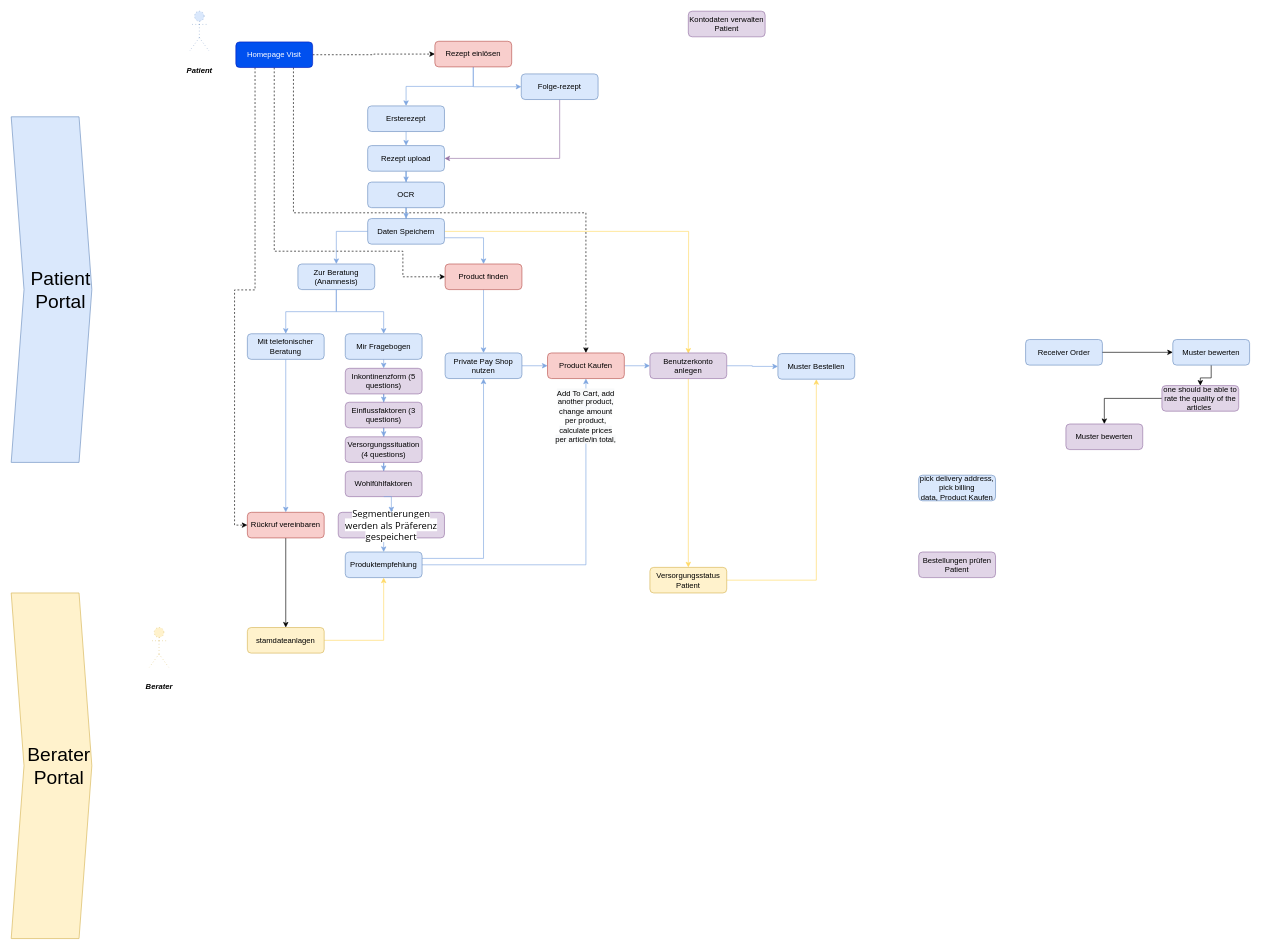
Before: Untitled Diagram.drawio in Fredabb/MediMark-roadmap, a draw.io diagram. Source tidied: cells renumbered, new cells numbered last; positions are measured from the earlier drawing's top-left corner, leaving out a move shared by most shapes. Both pictures are drawn from the tidied source at 64%, with x=0, y=0 at pixel (11, 11).
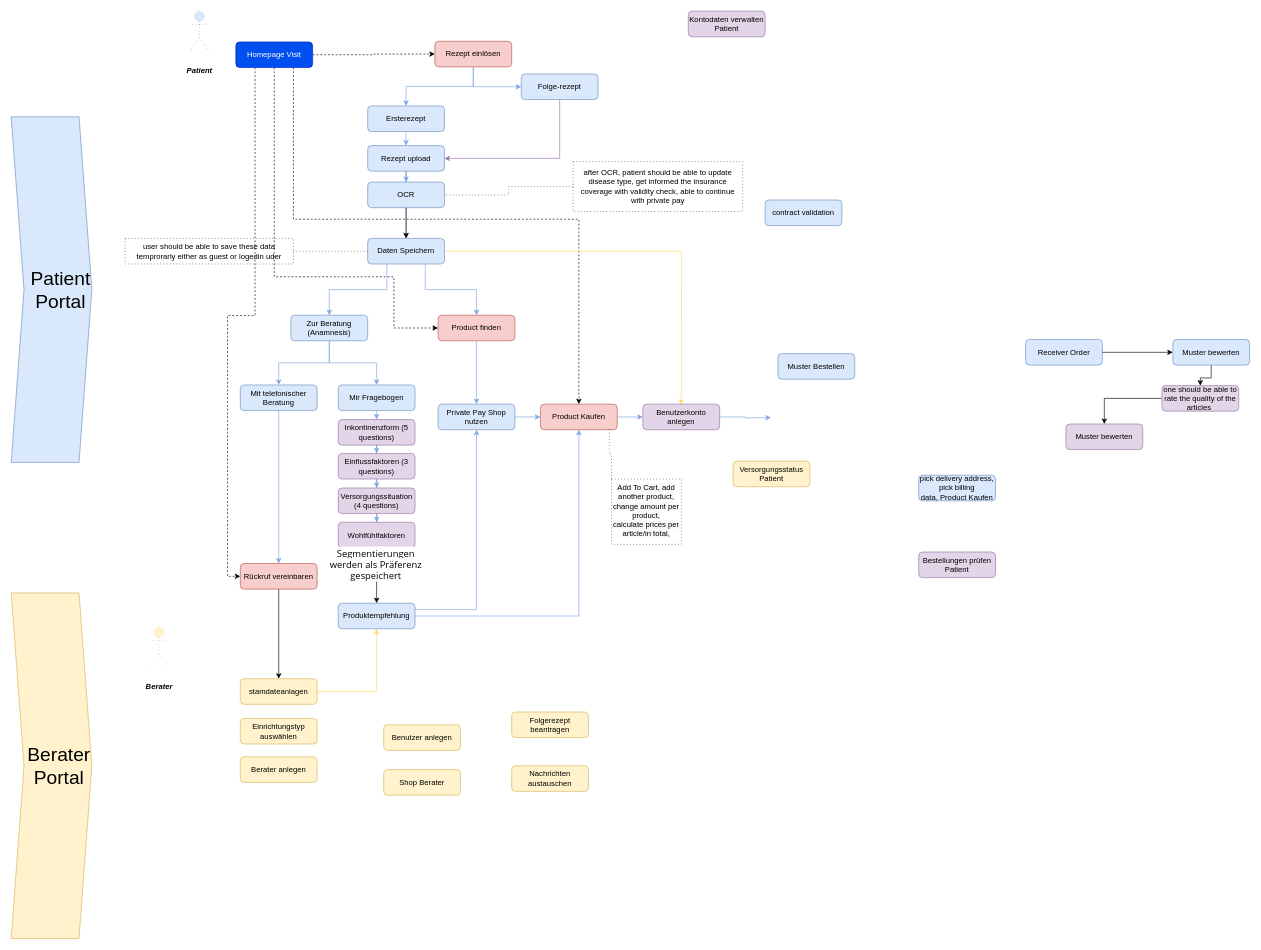
After the change.

The change refers to these unchanged cells:
```xml
<mxCell id="6" value="Homepage Visit" style="rounded=1;whiteSpace=wrap;html=1;fontSize=12;glass=0;strokeWidth=1;shadow=0;fillColor=#0050ef;strokeColor=#001DBC;fontColor=#ffffff;" parent="1" vertex="1">
  <mxGeometry x="351" y="48" width="120" height="40" as="geometry" />
</mxCell>
<mxCell id="29" value="OCR" style="rounded=1;whiteSpace=wrap;html=1;fontSize=12;glass=0;strokeWidth=1;shadow=0;fillColor=#dae8fc;strokeColor=#6c8ebf;" parent="1" vertex="1">
  <mxGeometry x="557" y="267" width="120" height="40" as="geometry" />
</mxCell>
<mxCell id="69" value="Muster Bestellen" style="rounded=1;whiteSpace=wrap;html=1;fontSize=12;glass=0;strokeWidth=1;shadow=0;fillColor=#dae8fc;strokeColor=#6c8ebf;" parent="1" vertex="1">
  <mxGeometry x="1198" y="535" width="120" height="40" as="geometry" />
</mxCell>
```

Diff of the diagram source:
```diff
@@
     <mxCell id="3" style="edgeStyle=orthogonalEdgeStyle;rounded=0;jettySize=auto;html=1;exitX=0.5;exitY=1;exitDx=0;exitDy=0;entryX=0;entryY=0.5;entryDx=0;entryDy=0;dashed=1;" parent="1" edge="1" source="6" target="39">
       <mxGeometry relative="1" as="geometry">
         <Array as="points">
-          <mxPoint x="411" y="375" />
-          <mxPoint x="612" y="375" />
-          <mxPoint x="612" y="415" />
+          <mxPoint x="411" y="415" />
+          <mxPoint x="598" y="415" />
+          <mxPoint x="598" y="495" />
         </Array>
       </mxGeometry>
     </mxCell>
@@
-    <mxCell id="5" style="edgeStyle=orthogonalEdgeStyle;rounded=0;jettySize=auto;html=1;exitX=0.75;exitY=1;exitDx=0;exitDy=0;entryX=0.5;entryY=0;entryDx=0;entryDy=0;dashed=1;" parent="1" edge="1" source="6" target="58">
+    <mxCell id="5" style="edgeStyle=orthogonalEdgeStyle;rounded=0;jettySize=auto;html=1;exitX=0.75;exitY=1;exitDx=0;exitDy=0;dashed=1;entryX=0.5;entryY=0;entryDx=0;entryDy=0;" parent="1" edge="1" source="6" target="58">
       <mxGeometry relative="1" as="geometry">
         <Array as="points">
-          <mxPoint x="441" y="315" />
-          <mxPoint x="898" y="315" />
+          <mxPoint x="441" y="325" />
+          <mxPoint x="887" y="325" />
         </Array>
       </mxGeometry>
     </mxCell>
@@
     <mxCell id="13" value="Mir Fragebogen" style="rounded=1;whiteSpace=wrap;html=1;fontSize=12;glass=0;strokeWidth=1;shadow=0;fillColor=#dae8fc;strokeColor=#6c8ebf;" parent="1" vertex="1">
-      <mxGeometry x="522" y="504" width="120" height="40" as="geometry" />
+      <mxGeometry x="511" y="584" width="120" height="40" as="geometry" />
     </mxCell>
@@
     <mxCell id="15" value="Inkontinenzform (5 questions)" style="rounded=1;whiteSpace=wrap;html=1;fontSize=12;glass=0;strokeWidth=1;shadow=0;fillColor=#e1d5e7;strokeColor=#9673a6;" parent="1" vertex="1">
-      <mxGeometry x="522" y="558" width="120" height="40" as="geometry" />
+      <mxGeometry x="511" y="638" width="120" height="40" as="geometry" />
     </mxCell>
@@
     <mxCell id="17" value="Einflussfaktoren (3 questions)" style="rounded=1;whiteSpace=wrap;html=1;fontSize=12;glass=0;strokeWidth=1;shadow=0;fillColor=#e1d5e7;strokeColor=#9673a6;" parent="1" vertex="1">
-      <mxGeometry x="522" y="611" width="120" height="40" as="geometry" />
+      <mxGeometry x="511" y="691" width="120" height="40" as="geometry" />
     </mxCell>
@@
     <mxCell id="19" value="Versorgungssituation (4 questions)" style="rounded=1;whiteSpace=wrap;html=1;fontSize=12;glass=0;strokeWidth=1;shadow=0;fillColor=#e1d5e7;strokeColor=#9673a6;" parent="1" vertex="1">
-      <mxGeometry x="522" y="665" width="120" height="40" as="geometry" />
+      <mxGeometry x="511" y="745" width="120" height="40" as="geometry" />
     </mxCell>
-    <mxCell id="20" style="edgeStyle=orthogonalEdgeStyle;rounded=0;jettySize=auto;html=1;exitX=0.5;exitY=1;exitDx=0;exitDy=0;entryX=0.5;entryY=0;entryDx=0;entryDy=0;strokeColor=#7EA6E0;" parent="1" edge="1" source="62" target="24">
-      <mxGeometry relative="1" as="geometry" />
-    </mxCell>
+    <mxCell id="73" style="edgeStyle=orthogonalEdgeStyle;rounded=0;jettySize=auto;html=1;exitX=0.5;exitY=1;exitDx=0;exitDy=0;entryX=0.5;entryY=0;entryDx=0;entryDy=0;strokeColor=#000000;" parent="1" edge="1" source="21" target="24">
+      <mxGeometry relative="1" as="geometry" />
+    </mxCell>
     <mxCell id="21" value="Wohlfühlfaktoren" style="rounded=1;whiteSpace=wrap;html=1;fontSize=12;glass=0;strokeWidth=1;shadow=0;fillColor=#e1d5e7;strokeColor=#9673a6;" parent="1" vertex="1">
-      <mxGeometry x="522" y="718.5" width="120" height="40" as="geometry" />
+      <mxGeometry x="511" y="798.5" width="120" height="40" as="geometry" />
     </mxCell>
@@
     <mxCell id="24" value="Produktempfehlung" style="rounded=1;whiteSpace=wrap;html=1;fontSize=12;glass=0;strokeWidth=1;shadow=0;fillColor=#dae8fc;strokeColor=#6c8ebf;" parent="1" vertex="1">
-      <mxGeometry x="522" y="845" width="120" height="40" as="geometry" />
+      <mxGeometry x="511" y="925" width="120" height="40" as="geometry" />
     </mxCell>
@@
+    <mxCell id="74" style="edgeStyle=orthogonalEdgeStyle;rounded=0;jettySize=auto;html=1;strokeColor=#000000;" parent="1" edge="1" source="29" target="33">
+      <mxGeometry relative="1" as="geometry" />
+    </mxCell>
@@
+    <mxCell id="31" style="edgeStyle=orthogonalEdgeStyle;rounded=0;jettySize=auto;html=1;exitX=1;exitY=0.5;exitDx=0;exitDy=0;strokeColor=#FFD966;" parent="1" edge="1" source="33">
+      <mxGeometry relative="1" as="geometry">
+        <mxPoint x="1047" y="615" as="targetPoint" />
+      </mxGeometry>
+    </mxCell>
-    <mxCell id="30" style="edgeStyle=orthogonalEdgeStyle;rounded=0;jettySize=auto;html=1;exitX=0;exitY=0.5;exitDx=0;exitDy=0;entryX=0.5;entryY=0;entryDx=0;entryDy=0;strokeColor=#7EA6E0;" parent="1" edge="1" source="33" target="37">
+    <mxCell id="30" style="edgeStyle=orthogonalEdgeStyle;rounded=0;jettySize=auto;html=1;exitX=0.25;exitY=1;exitDx=0;exitDy=0;entryX=0.5;entryY=0;entryDx=0;entryDy=0;strokeColor=#7EA6E0;" parent="1" edge="1" source="33" target="37">
       <mxGeometry relative="1" as="geometry" />
     </mxCell>
-    <mxCell id="31" style="edgeStyle=orthogonalEdgeStyle;rounded=0;jettySize=auto;html=1;exitX=1;exitY=0.5;exitDx=0;exitDy=0;strokeColor=#FFD966;" parent="1" edge="1" source="33">
-      <mxGeometry relative="1" as="geometry">
-        <mxPoint x="1058" y="535" as="targetPoint" />
-      </mxGeometry>
-    </mxCell>
-    <mxCell id="32" style="edgeStyle=orthogonalEdgeStyle;rounded=0;jettySize=auto;html=1;exitX=1;exitY=0.75;exitDx=0;exitDy=0;entryX=0.5;entryY=0;entryDx=0;entryDy=0;strokeColor=#7EA6E0;" parent="1" edge="1" source="33" target="39">
+    <mxCell id="32" style="edgeStyle=orthogonalEdgeStyle;rounded=0;jettySize=auto;html=1;exitX=0.75;exitY=1;exitDx=0;exitDy=0;entryX=0.5;entryY=0;entryDx=0;entryDy=0;strokeColor=#7EA6E0;" parent="1" edge="1" source="33" target="39">
       <mxGeometry relative="1" as="geometry" />
     </mxCell>
     <mxCell id="33" value="Daten Speichern" style="rounded=1;whiteSpace=wrap;html=1;fontSize=12;glass=0;strokeWidth=1;shadow=0;fillColor=#dae8fc;strokeColor=#6c8ebf;" parent="1" vertex="1">
-      <mxGeometry x="557" y="324" width="120" height="40" as="geometry" />
+      <mxGeometry x="557" y="355" width="120" height="40" as="geometry" />
     </mxCell>
@@
     <mxCell id="37" value="Zur Beratung (Anamnesis)" style="rounded=1;whiteSpace=wrap;html=1;fontSize=12;glass=0;strokeWidth=1;shadow=0;fillColor=#dae8fc;strokeColor=#6c8ebf;" parent="1" vertex="1">
-      <mxGeometry x="448" y="395" width="120" height="40" as="geometry" />
+      <mxGeometry x="437" y="475" width="120" height="40" as="geometry" />
     </mxCell>
@@
     <mxCell id="39" value="Product finden" style="rounded=1;whiteSpace=wrap;html=1;fontSize=12;glass=0;strokeWidth=1;shadow=0;fillColor=#f8cecc;strokeColor=#b85450;" parent="1" vertex="1">
-      <mxGeometry x="678" y="395" width="120" height="40" as="geometry" />
+      <mxGeometry x="667" y="475" width="120" height="40" as="geometry" />
     </mxCell>
@@
     <mxCell id="41" value="stamdateanlagen" style="rounded=1;whiteSpace=wrap;html=1;fontSize=12;glass=0;strokeWidth=1;shadow=0;fillColor=#fff2cc;strokeColor=#d6b656;" parent="1" vertex="1">
-      <mxGeometry x="369" y="963" width="120" height="40" as="geometry" />
+      <mxGeometry x="358" y="1043" width="120" height="40" as="geometry" />
     </mxCell>
@@
     <mxCell id="47" value="Mit telefonischer Beratung" style="rounded=1;whiteSpace=wrap;html=1;fillColor=#dae8fc;strokeColor=#6c8ebf;" parent="1" vertex="1">
-      <mxGeometry x="369" y="504" width="120" height="40" as="geometry" />
+      <mxGeometry x="358" y="584" width="120" height="40" as="geometry" />
     </mxCell>
@@
     <mxCell id="51" value="Rückruf vereinbaren" style="rounded=1;whiteSpace=wrap;html=1;fillColor=#f8cecc;strokeColor=#b85450;" parent="1" vertex="1">
-      <mxGeometry x="369" y="783" width="120" height="40" as="geometry" />
+      <mxGeometry x="358" y="863" width="120" height="40" as="geometry" />
     </mxCell>
@@
-    <mxCell id="54" style="edgeStyle=orthogonalEdgeStyle;rounded=0;jettySize=auto;html=1;exitX=0.5;exitY=1;exitDx=0;exitDy=0;entryX=0.5;entryY=0;entryDx=0;entryDy=0;strokeColor=#FFD966;" parent="1" edge="1" source="56" target="66">
-      <mxGeometry relative="1" as="geometry" />
-    </mxCell>
-    <mxCell id="55" style="edgeStyle=orthogonalEdgeStyle;rounded=0;jettySize=auto;html=1;exitX=1;exitY=0.5;exitDx=0;exitDy=0;entryX=0;entryY=0.5;entryDx=0;entryDy=0;strokeColor=#7EA6E0;" parent="1" edge="1" source="56" target="69">
-      <mxGeometry relative="1" as="geometry" />
+    <mxCell id="55" style="edgeStyle=orthogonalEdgeStyle;rounded=0;jettySize=auto;html=1;exitX=1;exitY=0.5;exitDx=0;exitDy=0;entryX=0;entryY=0.5;entryDx=0;entryDy=0;strokeColor=#7EA6E0;" parent="1" edge="1" source="56">
+      <mxGeometry relative="1" as="geometry">
+        <mxPoint x="1187" y="635" as="targetPoint" />
+      </mxGeometry>
     </mxCell>
     <mxCell id="56" value="Benutzerkonto anlegen" style="rounded=1;whiteSpace=wrap;html=1;fontSize=12;glass=0;strokeWidth=1;shadow=0;fillColor=#e1d5e7;strokeColor=#9673a6;" parent="1" vertex="1">
-      <mxGeometry x="998" y="534" width="120" height="40" as="geometry" />
+      <mxGeometry x="987" y="614" width="120" height="40" as="geometry" />
     </mxCell>
@@
     <mxCell id="58" value="Product Kaufen" style="rounded=1;whiteSpace=wrap;html=1;fontSize=12;glass=0;strokeWidth=1;shadow=0;fillColor=#f8cecc;strokeColor=#b85450;" parent="1" vertex="1">
-      <mxGeometry x="838" y="534" width="120" height="40" as="geometry" />
+      <mxGeometry x="827" y="614" width="120" height="40" as="geometry" />
     </mxCell>
@@
-    <mxCell id="62" value="&lt;span style=&quot;font-family: &amp;#34;calibri&amp;#34; , &amp;#34;segoe ui&amp;#34; , &amp;#34;calibri&amp;#34; , &amp;#34;thonburi&amp;#34; , &amp;#34;arial&amp;#34; , &amp;#34;verdana&amp;#34; , sans-serif , &amp;#34;mongolian baiti&amp;#34; , &amp;#34;microsoft yi baiti&amp;#34; , &amp;#34;javanese text&amp;#34; ; font-size: 14.6667px ; background-color: rgb(255 , 255 , 255)&quot;&gt;Segmentierungen werden als Präferenz gespeichert&lt;/span&gt;" style="rounded=1;whiteSpace=wrap;html=1;fontSize=12;glass=0;strokeWidth=1;shadow=0;fillColor=#e1d5e7;strokeColor=#9673a6;" parent="1" vertex="1">
-      <mxGeometry x="511" y="783" width="166" height="40" as="geometry" />
+    <mxCell id="62" value="&lt;span style=&quot;font-family: &amp;#34;calibri&amp;#34; , &amp;#34;segoe ui&amp;#34; , &amp;#34;calibri&amp;#34; , &amp;#34;thonburi&amp;#34; , &amp;#34;arial&amp;#34; , &amp;#34;verdana&amp;#34; , sans-serif , &amp;#34;mongolian baiti&amp;#34; , &amp;#34;microsoft yi baiti&amp;#34; , &amp;#34;javanese text&amp;#34; ; font-size: 14.6667px ; background-color: rgb(255 , 255 , 255)&quot;&gt;Segmentierungen werden als Präferenz gespeichert&lt;/span&gt;" style="rounded=1;whiteSpace=wrap;html=1;fontSize=12;glass=0;strokeWidth=1;shadow=0;fillColor=none;strokeColor=none;" parent="1" vertex="1">
+      <mxGeometry x="487" y="845" width="166" height="40" as="geometry" />
     </mxCell>
-    <mxCell id="63" style="edgeStyle=orthogonalEdgeStyle;rounded=0;jettySize=auto;html=1;exitX=0.5;exitY=1;exitDx=0;exitDy=0;entryX=0.5;entryY=0;entryDx=0;entryDy=0;strokeColor=#7EA6E0;" parent="1" edge="1" source="21" target="62">
-      <mxGeometry relative="1" as="geometry" />
-    </mxCell>
@@
-    <mxCell id="65" style="edgeStyle=orthogonalEdgeStyle;rounded=0;jettySize=auto;html=1;exitX=1;exitY=0.5;exitDx=0;exitDy=0;entryX=0.5;entryY=1;entryDx=0;entryDy=0;strokeColor=#FFD966;" parent="1" edge="1" source="66" target="69">
-      <mxGeometry relative="1" as="geometry" />
-    </mxCell>
     <mxCell id="66" value="Versorgungsstatus Patient" style="rounded=1;whiteSpace=wrap;html=1;fontSize=12;glass=0;strokeWidth=1;shadow=0;fillColor=#fff2cc;strokeColor=#d6b656;" parent="1" vertex="1">
-      <mxGeometry x="998" y="869" width="120" height="40" as="geometry" />
+      <mxGeometry x="1128" y="703" width="120" height="40" as="geometry" />
     </mxCell>
@@
     <mxCell id="71" value="Private Pay Shop nutzen" style="rounded=1;whiteSpace=wrap;html=1;fontSize=12;glass=0;strokeWidth=1;shadow=0;fillColor=#dae8fc;strokeColor=#6c8ebf;" parent="1" vertex="1">
-      <mxGeometry x="678" y="534" width="120" height="40" as="geometry" />
+      <mxGeometry x="667" y="614" width="120" height="40" as="geometry" />
     </mxCell>
+    <mxCell id="75" style="edgeStyle=orthogonalEdgeStyle;rounded=0;jettySize=auto;html=1;exitX=0;exitY=0;exitDx=0;exitDy=0;entryX=0.896;entryY=0.985;entryDx=0;entryDy=0;entryPerimeter=0;dashed=1;dashPattern=1 4;endArrow=none;endFill=0;strokeColor=#000000;" parent="1" edge="1" source="72" target="58">
+      <mxGeometry relative="1" as="geometry" />
+    </mxCell>
-    <mxCell id="72" value="&lt;span style=&quot;color: rgb(0 , 0 , 0) ; font-family: &amp;#34;helvetica&amp;#34; ; font-size: 12px ; font-style: normal ; font-weight: 400 ; letter-spacing: normal ; text-indent: 0px ; text-transform: none ; word-spacing: 0px ; background-color: rgb(248 , 249 , 250) ; display: inline ; float: none&quot;&gt;Add To Cart, add another product, change amount per product,&lt;/span&gt;&lt;br style=&quot;color: rgb(0 , 0 , 0) ; font-family: &amp;#34;helvetica&amp;#34; ; font-size: 12px ; font-style: normal ; font-weight: 400 ; letter-spacing: normal ; text-indent: 0px ; text-transform: none ; word-spacing: 0px ; background-color: rgb(248 , 249 , 250)&quot;&gt;&lt;span style=&quot;color: rgb(0 , 0 , 0) ; font-family: &amp;#34;helvetica&amp;#34; ; font-size: 12px ; font-style: normal ; font-weight: 400 ; letter-spacing: normal ; text-indent: 0px ; text-transform: none ; word-spacing: 0px ; background-color: rgb(248 , 249 , 250) ; display: inline ; float: none&quot;&gt;calculate prices per article/in total,&lt;/span&gt;" style="text;whiteSpace=wrap;html=1;align=center;" parent="1" vertex="1">
-      <mxGeometry x="848" y="583" width="100" height="40" as="geometry" />
+    <mxCell id="72" value="&lt;span style=&quot;color: rgb(0 , 0 , 0) ; font-family: &amp;#34;helvetica&amp;#34; ; font-size: 12px ; font-style: normal ; font-weight: 400 ; letter-spacing: normal ; text-indent: 0px ; text-transform: none ; word-spacing: 0px ; background-color: rgb(248 , 249 , 250) ; display: inline ; float: none&quot;&gt;Add To Cart, add another product, change amount per product,&lt;/span&gt;&lt;br style=&quot;color: rgb(0 , 0 , 0) ; font-family: &amp;#34;helvetica&amp;#34; ; font-size: 12px ; font-style: normal ; font-weight: 400 ; letter-spacing: normal ; text-indent: 0px ; text-transform: none ; word-spacing: 0px ; background-color: rgb(248 , 249 , 250)&quot;&gt;&lt;span style=&quot;color: rgb(0 , 0 , 0) ; font-family: &amp;#34;helvetica&amp;#34; ; font-size: 12px ; font-style: normal ; font-weight: 400 ; letter-spacing: normal ; text-indent: 0px ; text-transform: none ; word-spacing: 0px ; background-color: rgb(248 , 249 , 250) ; display: inline ; float: none&quot;&gt;calculate prices per article/in total,&lt;/span&gt;" style="text;whiteSpace=wrap;html=1;align=center;strokeColor=#000000;dashed=1;dashPattern=1 4;" parent="1" vertex="1">
+      <mxGeometry x="938" y="731" width="109" height="102" as="geometry" />
     </mxCell>
+    <mxCell id="76" value="Einrichtungstyp auswählen" style="rounded=1;whiteSpace=wrap;html=1;fontSize=12;glass=0;strokeWidth=1;shadow=0;fillColor=#fff2cc;strokeColor=#d6b656;" parent="1" vertex="1">
+      <mxGeometry x="358" y="1105" width="120" height="40" as="geometry" />
+    </mxCell>
+    <mxCell id="77" value="Berater anlegen" style="rounded=1;whiteSpace=wrap;html=1;fontSize=12;glass=0;strokeWidth=1;shadow=0;fillColor=#fff2cc;strokeColor=#d6b656;" parent="1" vertex="1">
+      <mxGeometry x="358" y="1165" width="120" height="40" as="geometry" />
+    </mxCell>
+    <mxCell id="78" value="Benutzer anlegen" style="rounded=1;whiteSpace=wrap;html=1;fontSize=12;glass=0;strokeWidth=1;shadow=0;fillColor=#fff2cc;strokeColor=#d6b656;" parent="1" vertex="1">
+      <mxGeometry x="582" y="1115" width="120" height="40" as="geometry" />
+    </mxCell>
+    <mxCell id="79" value="Shop Berater" style="rounded=1;whiteSpace=wrap;html=1;fontSize=12;glass=0;strokeWidth=1;shadow=0;fillColor=#fff2cc;strokeColor=#d6b656;" parent="1" vertex="1">
+      <mxGeometry x="582" y="1185" width="120" height="40" as="geometry" />
+    </mxCell>
+    <mxCell id="80" value="Folgerezept beantragen" style="rounded=1;whiteSpace=wrap;html=1;fontSize=12;glass=0;strokeWidth=1;shadow=0;fillColor=#fff2cc;strokeColor=#d6b656;" parent="1" vertex="1">
+      <mxGeometry x="782" y="1095" width="120" height="40" as="geometry" />
+    </mxCell>
+    <mxCell id="81" value="Nachrichten austauschen" style="rounded=1;whiteSpace=wrap;html=1;fontSize=12;glass=0;strokeWidth=1;shadow=0;fillColor=#fff2cc;strokeColor=#d6b656;" parent="1" vertex="1">
+      <mxGeometry x="782" y="1179" width="120" height="40" as="geometry" />
+    </mxCell>
+    <mxCell id="82" value="contract validation" style="rounded=1;whiteSpace=wrap;html=1;fontSize=12;glass=0;strokeWidth=1;shadow=0;fillColor=#dae8fc;strokeColor=#6c8ebf;" parent="1" vertex="1">
+      <mxGeometry x="1178" y="295" width="120" height="40" as="geometry" />
+    </mxCell>
+    <mxCell id="83" style="edgeStyle=orthogonalEdgeStyle;rounded=0;jettySize=auto;html=1;exitX=0;exitY=0.5;exitDx=0;exitDy=0;entryX=1;entryY=0.5;entryDx=0;entryDy=0;dashed=1;dashPattern=1 4;endArrow=none;endFill=0;" parent="1" edge="1" source="84" target="29">
+      <mxGeometry relative="1" as="geometry" />
+    </mxCell>
+    <mxCell id="84" value="after OCR, patient should be able to update disease type, get informed the insurance coverage with validity check, able to continue with private pay" style="text;html=1;fillColor=none;align=center;verticalAlign=middle;whiteSpace=wrap;rounded=0;dashed=1;dashPattern=1 4;strokeColor=#000000;" parent="1" vertex="1">
+      <mxGeometry x="878" y="235" width="265" height="78" as="geometry" />
+    </mxCell>
+    <mxCell id="85" style="edgeStyle=orthogonalEdgeStyle;rounded=0;jettySize=auto;html=1;exitX=1;exitY=0.5;exitDx=0;exitDy=0;entryX=0;entryY=0.5;entryDx=0;entryDy=0;dashed=1;dashPattern=1 4;strokeColor=#000000;endArrow=none;endFill=0;" parent="1" edge="1" source="86" target="33">
+      <mxGeometry relative="1" as="geometry" />
+    </mxCell>
+    <mxCell id="86" value="user should be able to save these data temprorarly either as guest or logedin uder" style="text;html=1;fillColor=none;align=center;verticalAlign=middle;whiteSpace=wrap;rounded=0;strokeColor=#000000;dashed=1;dashPattern=1 4;" parent="1" vertex="1">
+      <mxGeometry x="178" y="355" width="263" height="40" as="geometry" />
+    </mxCell>
```
